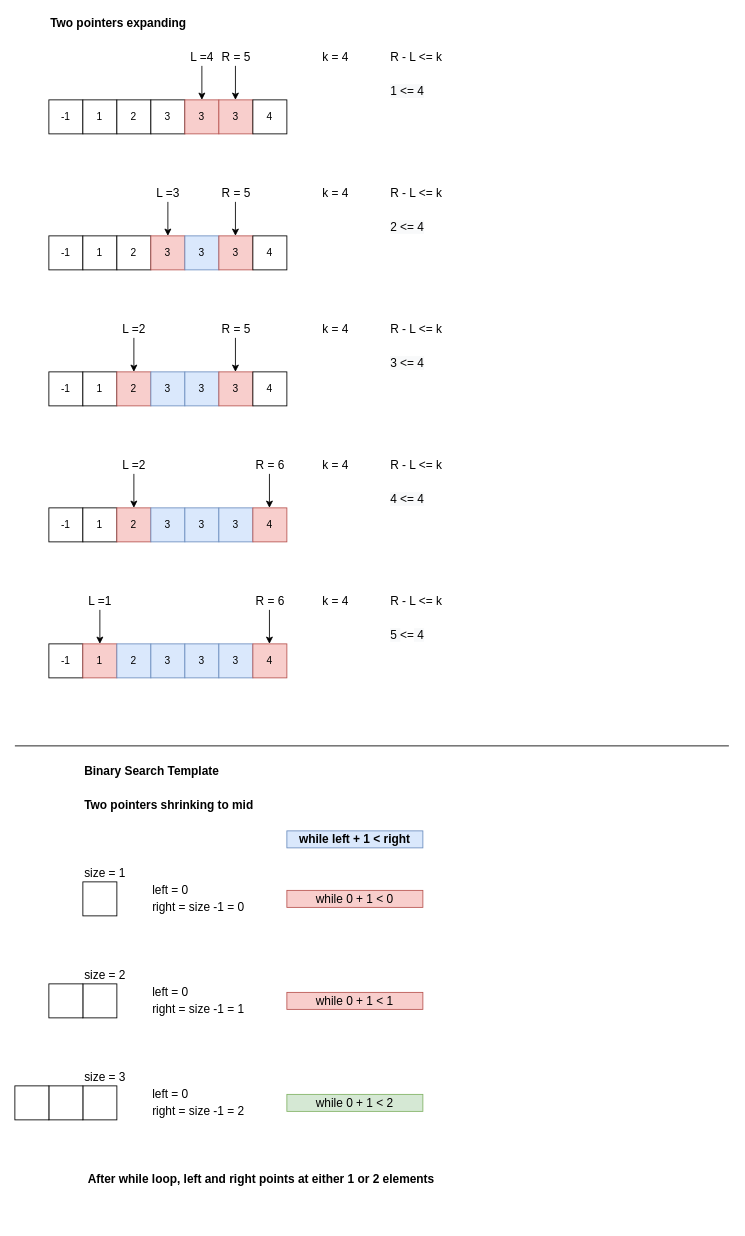
Earlier version of the draw.io diagram 0658-find-k-closest-elements.drawio (moredrowsy/leetcode). Source tidied: cells renumbered, new cells numbered last; positions are measured from the earlier drawing's top-left corner, leaving out a move shared by most shapes. Both pictures are drawn from the tidied source at 85%, with x=0, y=0 at pixel (14, 14).
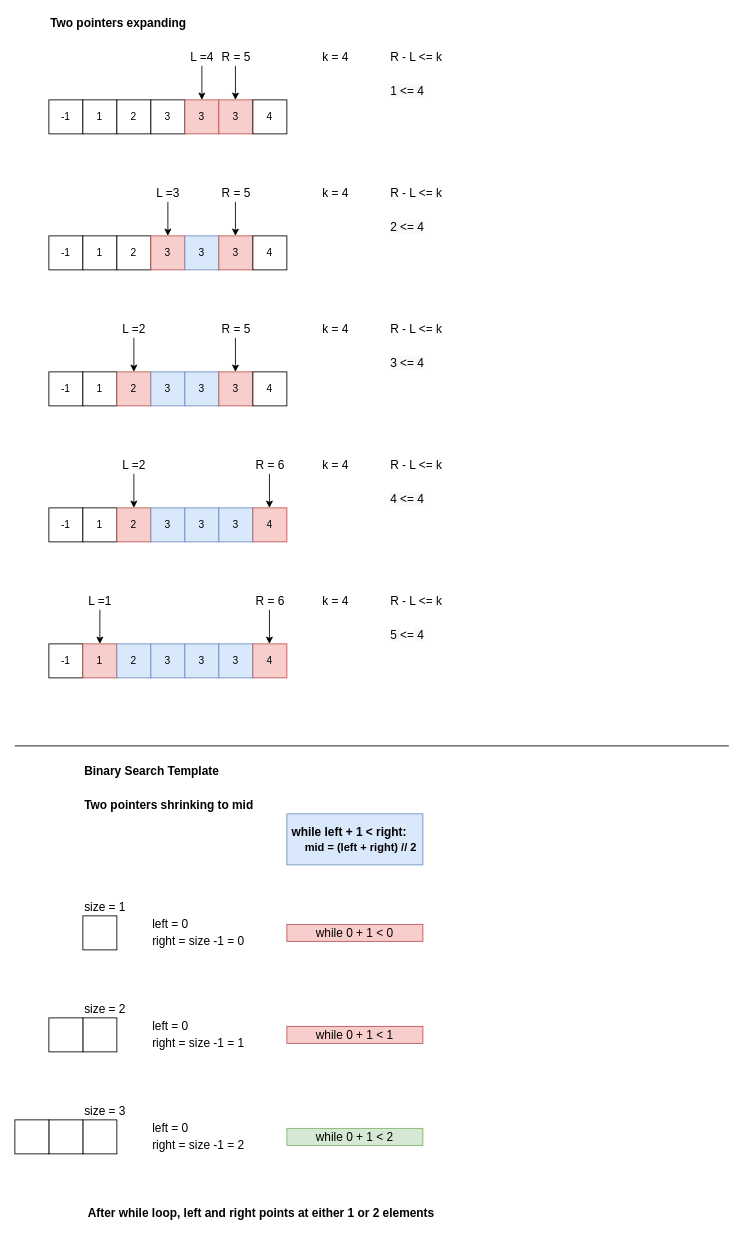
The same page after the edit.

Commit message:
Updated find k closest element drawio

Change to the diagram source:
```diff
@@
     <mxCell id="63" style="rounded=0;whiteSpace=wrap;html=1;" parent="1" vertex="1">
-      <mxGeometry x="80" y="1020" width="40" height="40" as="geometry" />
+      <mxGeometry x="80" y="1060" width="40" height="40" as="geometry" />
     </mxCell>
@@
     <mxCell id="65" value="left = 0" style="text;html=1;strokeColor=none;fillColor=none;align=left;verticalAlign=middle;whiteSpace=wrap;rounded=0;fontSize=14;" parent="1" vertex="1">
-      <mxGeometry x="160" y="1020" width="70" height="20" as="geometry" />
+      <mxGeometry x="160" y="1060" width="70" height="20" as="geometry" />
     </mxCell>
     <mxCell id="66" value="size = 1" style="text;html=1;strokeColor=none;fillColor=none;align=left;verticalAlign=middle;whiteSpace=wrap;rounded=0;fontSize=14;" parent="1" vertex="1">
-      <mxGeometry x="80" y="1000" width="80" height="20" as="geometry" />
+      <mxGeometry x="80" y="1040" width="80" height="20" as="geometry" />
     </mxCell>
     <mxCell id="67" value="right = size -1 = 0" style="text;html=1;strokeColor=none;fillColor=none;align=left;verticalAlign=middle;whiteSpace=wrap;rounded=0;fontSize=14;" parent="1" vertex="1">
-      <mxGeometry x="160" y="1040" width="160" height="20" as="geometry" />
+      <mxGeometry x="160" y="1080" width="160" height="20" as="geometry" />
     </mxCell>
-    <mxCell id="68" value="while left + 1 &amp;lt; right" style="text;html=1;strokeColor=#6c8ebf;fillColor=#dae8fc;align=center;verticalAlign=middle;whiteSpace=wrap;rounded=0;fontSize=14;fontStyle=1;" parent="1" vertex="1">
-      <mxGeometry x="320" y="960" width="160" height="20" as="geometry" />
+    <mxCell id="68" value="&amp;nbsp;while left + 1 &amp;lt; right:&lt;br&gt;&amp;nbsp; &amp;nbsp; &amp;nbsp;&lt;font style=&quot;font-size: 13px&quot;&gt;mid = (left + right) // 2&lt;/font&gt;" style="text;html=1;strokeColor=#6c8ebf;fillColor=#dae8fc;align=left;verticalAlign=middle;whiteSpace=wrap;rounded=0;fontSize=14;fontStyle=1;" parent="1" vertex="1">
+      <mxGeometry x="320" y="940" width="160" height="60" as="geometry" />
     </mxCell>
     <mxCell id="69" value="while 0 + 1 &amp;lt; 0" style="text;html=1;strokeColor=#b85450;fillColor=#f8cecc;align=center;verticalAlign=middle;whiteSpace=wrap;rounded=0;fontSize=14;" parent="1" vertex="1">
-      <mxGeometry x="320" y="1030" width="160" height="20" as="geometry" />
+      <mxGeometry x="320" y="1070" width="160" height="20" as="geometry" />
     </mxCell>
     <mxCell id="70" style="rounded=0;whiteSpace=wrap;html=1;" parent="1" vertex="1">
-      <mxGeometry x="80" y="1140" width="40" height="40" as="geometry" />
+      <mxGeometry x="80" y="1180" width="40" height="40" as="geometry" />
     </mxCell>
     <mxCell id="71" value="left = 0" style="text;html=1;strokeColor=none;fillColor=none;align=left;verticalAlign=middle;whiteSpace=wrap;rounded=0;fontSize=14;" parent="1" vertex="1">
-      <mxGeometry x="160" y="1140" width="70" height="20" as="geometry" />
+      <mxGeometry x="160" y="1180" width="70" height="20" as="geometry" />
     </mxCell>
     <mxCell id="72" value="size = 2" style="text;html=1;strokeColor=none;fillColor=none;align=left;verticalAlign=middle;whiteSpace=wrap;rounded=0;fontSize=14;" parent="1" vertex="1">
-      <mxGeometry x="80" y="1120" width="80" height="20" as="geometry" />
+      <mxGeometry x="80" y="1160" width="80" height="20" as="geometry" />
     </mxCell>
     <mxCell id="73" value="right = size -1 = 1" style="text;html=1;strokeColor=none;fillColor=none;align=left;verticalAlign=middle;whiteSpace=wrap;rounded=0;fontSize=14;" parent="1" vertex="1">
-      <mxGeometry x="160" y="1160" width="160" height="20" as="geometry" />
+      <mxGeometry x="160" y="1200" width="160" height="20" as="geometry" />
     </mxCell>
     <mxCell id="74" value="while 0 + 1 &amp;lt; 1" style="text;html=1;strokeColor=#b85450;fillColor=#f8cecc;align=center;verticalAlign=middle;whiteSpace=wrap;rounded=0;fontSize=14;" parent="1" vertex="1">
-      <mxGeometry x="320" y="1150" width="160" height="20" as="geometry" />
+      <mxGeometry x="320" y="1190" width="160" height="20" as="geometry" />
     </mxCell>
     <mxCell id="75" style="rounded=0;whiteSpace=wrap;html=1;" parent="1" vertex="1">
-      <mxGeometry x="40" y="1140" width="40" height="40" as="geometry" />
+      <mxGeometry x="40" y="1180" width="40" height="40" as="geometry" />
     </mxCell>
     <mxCell id="76" style="rounded=0;whiteSpace=wrap;html=1;" parent="1" vertex="1">
-      <mxGeometry x="80" y="1260" width="40" height="40" as="geometry" />
+      <mxGeometry x="80" y="1300" width="40" height="40" as="geometry" />
     </mxCell>
     <mxCell id="77" value="left = 0" style="text;html=1;strokeColor=none;fillColor=none;align=left;verticalAlign=middle;whiteSpace=wrap;rounded=0;fontSize=14;" parent="1" vertex="1">
-      <mxGeometry x="160" y="1260" width="70" height="20" as="geometry" />
+      <mxGeometry x="160" y="1300" width="70" height="20" as="geometry" />
     </mxCell>
     <mxCell id="78" value="size = 3" style="text;html=1;strokeColor=none;fillColor=none;align=left;verticalAlign=middle;whiteSpace=wrap;rounded=0;fontSize=14;" parent="1" vertex="1">
-      <mxGeometry x="80" y="1240" width="80" height="20" as="geometry" />
+      <mxGeometry x="80" y="1280" width="80" height="20" as="geometry" />
     </mxCell>
     <mxCell id="79" value="right = size -1 = 2" style="text;html=1;strokeColor=none;fillColor=none;align=left;verticalAlign=middle;whiteSpace=wrap;rounded=0;fontSize=14;" parent="1" vertex="1">
-      <mxGeometry x="160" y="1280" width="160" height="20" as="geometry" />
+      <mxGeometry x="160" y="1320" width="160" height="20" as="geometry" />
     </mxCell>
     <mxCell id="80" value="while 0 + 1 &amp;lt; 2" style="text;html=1;strokeColor=#82b366;fillColor=#d5e8d4;align=center;verticalAlign=middle;whiteSpace=wrap;rounded=0;fontSize=14;" parent="1" vertex="1">
-      <mxGeometry x="320" y="1270" width="160" height="20" as="geometry" />
+      <mxGeometry x="320" y="1310" width="160" height="20" as="geometry" />
     </mxCell>
     <mxCell id="81" style="rounded=0;whiteSpace=wrap;html=1;" parent="1" vertex="1">
-      <mxGeometry x="40" y="1260" width="40" height="40" as="geometry" />
+      <mxGeometry x="40" y="1300" width="40" height="40" as="geometry" />
     </mxCell>
     <mxCell id="82" style="rounded=0;whiteSpace=wrap;html=1;" parent="1" vertex="1">
-      <mxGeometry y="1260" width="40" height="40" as="geometry" />
+      <mxGeometry y="1300" width="40" height="40" as="geometry" />
     </mxCell>
@@
     <mxCell id="84" value="After while loop, left and right points at either 1 or 2 elements" style="text;html=1;strokeColor=none;fillColor=none;align=center;verticalAlign=middle;whiteSpace=wrap;rounded=0;fontSize=14;fontStyle=1;" parent="1" vertex="1">
-      <mxGeometry x="80" y="1360" width="420" height="20" as="geometry" />
+      <mxGeometry x="80" y="1400" width="420" height="20" as="geometry" />
     </mxCell>
```
